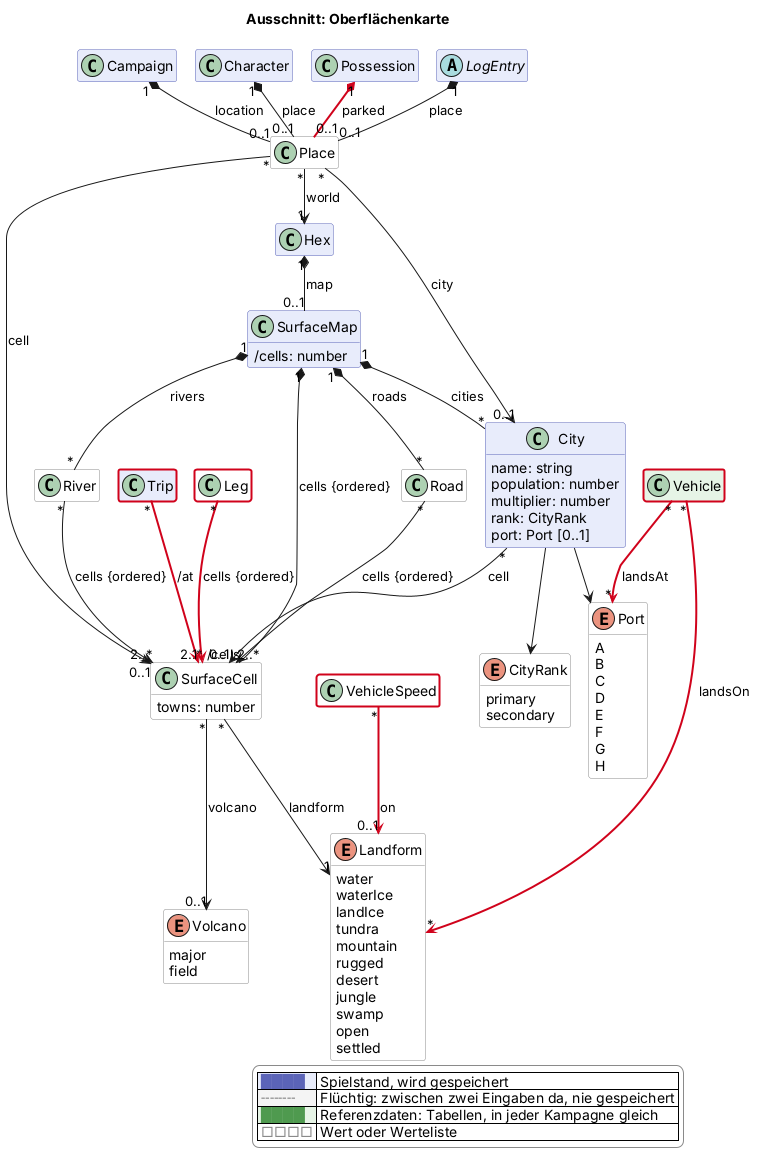
Before: docs/views/oberflaeche.png, a diagram exported from PlantUML (scuzzar/SRE).
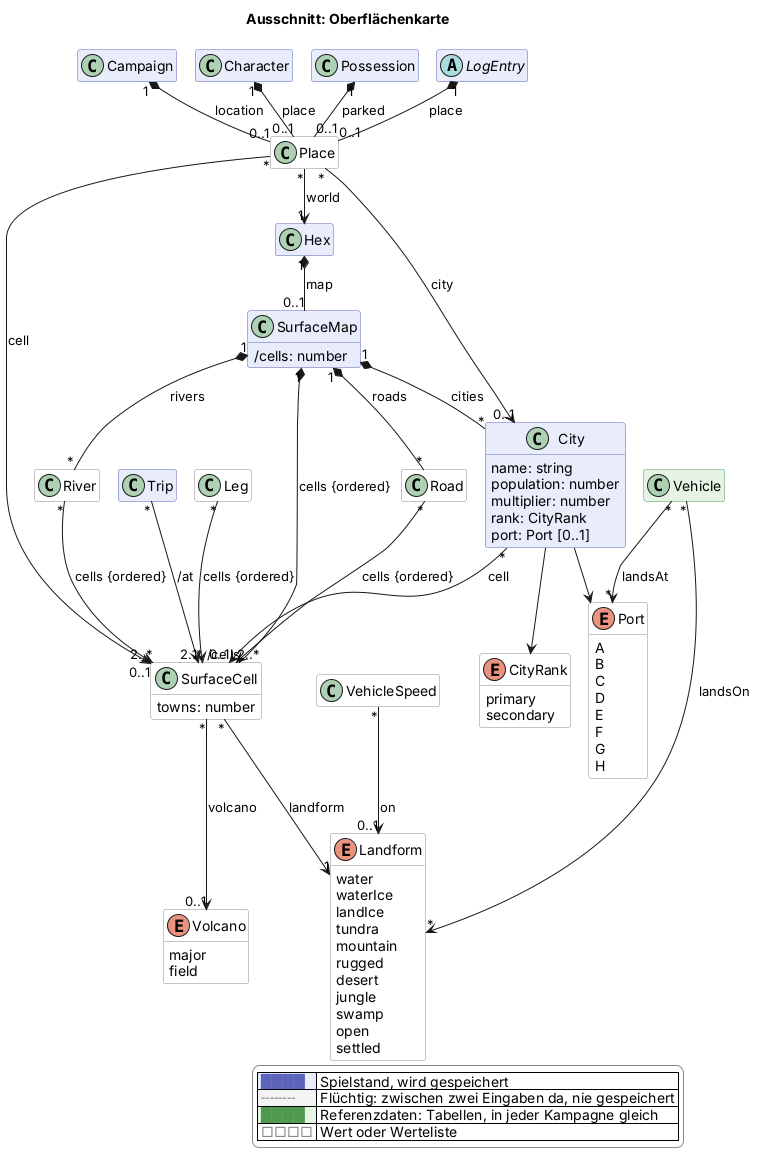
Later version of the same file.

What changed in the source:
```diff
@@ -127,10 +127,10 @@
   }
   class Place <<value>> $oberflaeche {
   }
-  class Vehicle <<reference>> $logistik $newClass("2026-11-15")
-  class VehicleSpeed <<value>> $logistik $newClass("2026-11-15")
-  class Trip $logistik $newClass("2026-11-15")
-  class Leg <<value>> $logistik $newClass("2026-11-15")
+  class Vehicle <<reference>> $logistik
+  class VehicleSpeed <<value>> $logistik
+  class Trip $logistik
+  class Leg <<value>> $logistik
 
 Campaign "1" *-- "0..1" Place : location
 
@@ -154,12 +154,12 @@
 Place "*" --> "0..1" City : city
 City --> CityRank
 City --> Port
-VehicleSpeed "*" -$newArrow("2026-11-15")-> "0..1" Landform : on
-Vehicle "*" -$newArrow("2026-11-15")-> "*" Landform : landsOn
-Vehicle "*" -$newArrow("2026-11-15")-> "*" Port : landsAt
-Leg "*" -$newArrow("2026-11-15")-> "2..*" SurfaceCell : cells {ordered}
-Trip "*" -$newArrow("2026-11-15")-> "1" SurfaceCell : /at
-Possession "1" *-$newArrow("2026-11-15")- "0..1" Place : parked
+VehicleSpeed "*" --> "0..1" Landform : on
+Vehicle "*" --> "*" Landform : landsOn
+Vehicle "*" --> "*" Port : landsAt
+Leg "*" --> "2..*" SurfaceCell : cells {ordered}
+Trip "*" --> "1" SurfaceCell : /at
+Possession "1" *-- "0..1" Place : parked
 
 
 
```
